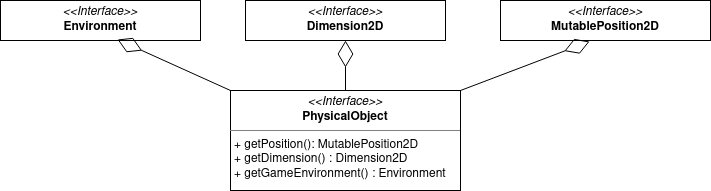
Above: Documentation/relazione/img/physicalObject.png in Pensilina14/bullet-ballet (draw.io), before the change. Source tidied: cells renumbered, new cells last; positions are measured from the earlier drawing's top-left corner, leaving out a move shared by most shapes.
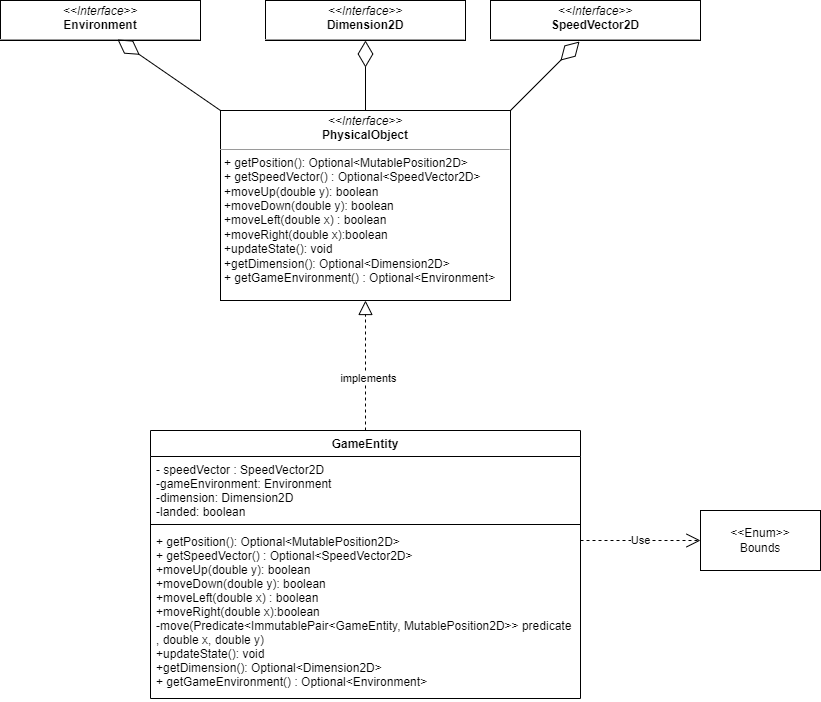
The same file after the commit.

What changed in the source:
```diff
@@ -2,17 +2,17 @@
   <root>
     <mxCell id="0" />
     <mxCell id="1" parent="0" />
-    <mxCell id="2" value="&lt;p style=&quot;margin: 0px ; margin-top: 4px ; text-align: center&quot;&gt;&lt;i&gt;&amp;lt;&amp;lt;Interface&amp;gt;&amp;gt;&lt;/i&gt;&lt;br&gt;&lt;b&gt;PhysicalObject&lt;/b&gt;&lt;/p&gt;&lt;hr size=&quot;1&quot;&gt;&lt;p style=&quot;margin: 0px ; margin-left: 4px&quot;&gt;&lt;/p&gt;&lt;p style=&quot;margin: 0px ; margin-left: 4px&quot;&gt;+ getPosition(): MutablePosition2D&lt;/p&gt;&lt;p style=&quot;margin: 0px ; margin-left: 4px&quot;&gt;+ getDimension() : Dimension2D&lt;/p&gt;&lt;p style=&quot;margin: 0px ; margin-left: 4px&quot;&gt;&lt;span&gt;+ getGameEnvironment() : Environment&lt;/span&gt;&lt;br&gt;&lt;/p&gt;" style="verticalAlign=top;align=left;overflow=fill;fontSize=12;fontFamily=Helvetica;html=1;" parent="1" vertex="1">
-      <mxGeometry x="230" y="90" width="230" height="100" as="geometry" />
+    <mxCell id="2" value="&lt;p style=&quot;margin: 0px ; margin-top: 4px ; text-align: center&quot;&gt;&lt;i&gt;&amp;lt;&amp;lt;Interface&amp;gt;&amp;gt;&lt;/i&gt;&lt;br&gt;&lt;b&gt;PhysicalObject&lt;/b&gt;&lt;/p&gt;&lt;hr size=&quot;1&quot;&gt;&lt;p style=&quot;margin: 0px ; margin-left: 4px&quot;&gt;&lt;/p&gt;&lt;p style=&quot;margin: 0px ; margin-left: 4px&quot;&gt;+ getPosition(): Optional&amp;lt;MutablePosition2D&amp;gt;&lt;/p&gt;&lt;p style=&quot;margin: 0px ; margin-left: 4px&quot;&gt;+ getSpeedVector() : Optional&amp;lt;SpeedVector2D&amp;gt;&lt;/p&gt;&lt;p style=&quot;margin: 0px ; margin-left: 4px&quot;&gt;+moveUp(double y): boolean&lt;/p&gt;&lt;p style=&quot;margin: 0px ; margin-left: 4px&quot;&gt;+moveDown(double y): boolean&lt;/p&gt;&lt;p style=&quot;margin: 0px ; margin-left: 4px&quot;&gt;+moveLeft(double x) : boolean&lt;/p&gt;&lt;p style=&quot;margin: 0px ; margin-left: 4px&quot;&gt;+moveRight(double x):boolean&lt;/p&gt;&lt;p style=&quot;margin: 0px ; margin-left: 4px&quot;&gt;+updateState(): void&lt;/p&gt;&lt;p style=&quot;margin: 0px ; margin-left: 4px&quot;&gt;+getDimension(): Optional&amp;lt;Dimension2D&amp;gt;&amp;nbsp;&lt;/p&gt;&lt;p style=&quot;margin: 0px ; margin-left: 4px&quot;&gt;&lt;span&gt;+ getGameEnvironment() : Optional&amp;lt;Environment&amp;gt;&lt;/span&gt;&lt;br&gt;&lt;/p&gt;" style="verticalAlign=top;align=left;overflow=fill;fontSize=12;fontFamily=Helvetica;html=1;" parent="1" vertex="1">
+      <mxGeometry x="200" y="-150" width="290" height="190" as="geometry" />
     </mxCell>
-    <mxCell id="3" value="&lt;p style=&quot;margin: 0px ; margin-top: 4px ; text-align: center&quot;&gt;&lt;i&gt;&amp;lt;&amp;lt;Interface&amp;gt;&amp;gt;&lt;/i&gt;&lt;br&gt;&lt;b&gt;MutablePosition2D&lt;/b&gt;&lt;/p&gt;&lt;hr size=&quot;1&quot;&gt;&lt;p style=&quot;margin: 0px ; margin-left: 4px&quot;&gt;&lt;/p&gt;" style="verticalAlign=top;align=left;overflow=fill;fontSize=12;fontFamily=Helvetica;html=1;" parent="1" vertex="1">
-      <mxGeometry x="500" width="210" height="40" as="geometry" />
+    <mxCell id="3" value="&lt;p style=&quot;margin: 0px ; margin-top: 4px ; text-align: center&quot;&gt;&lt;i&gt;&amp;lt;&amp;lt;Interface&amp;gt;&amp;gt;&lt;/i&gt;&lt;br&gt;&lt;b&gt;SpeedVector2D&lt;/b&gt;&lt;/p&gt;&lt;hr size=&quot;1&quot;&gt;&lt;p style=&quot;margin: 0px ; margin-left: 4px&quot;&gt;&lt;/p&gt;" style="verticalAlign=top;align=left;overflow=fill;fontSize=12;fontFamily=Helvetica;html=1;" parent="1" vertex="1">
+      <mxGeometry x="470" y="-260" width="210" height="40" as="geometry" />
     </mxCell>
     <mxCell id="4" value="&lt;p style=&quot;margin: 0px ; margin-top: 4px ; text-align: center&quot;&gt;&lt;i&gt;&amp;lt;&amp;lt;Interface&amp;gt;&amp;gt;&lt;/i&gt;&lt;br&gt;&lt;b&gt;Dimension2D&lt;/b&gt;&lt;/p&gt;&lt;hr size=&quot;1&quot;&gt;&lt;p style=&quot;margin: 0px ; margin-left: 4px&quot;&gt;&lt;br&gt;&lt;/p&gt;" style="verticalAlign=top;align=left;overflow=fill;fontSize=12;fontFamily=Helvetica;html=1;" parent="1" vertex="1">
-      <mxGeometry x="245" width="200" height="40" as="geometry" />
+      <mxGeometry x="245" y="-260" width="200" height="40" as="geometry" />
     </mxCell>
     <mxCell id="5" value="&lt;p style=&quot;margin: 0px ; margin-top: 4px ; text-align: center&quot;&gt;&lt;i&gt;&amp;lt;&amp;lt;Interface&amp;gt;&amp;gt;&lt;/i&gt;&lt;br&gt;&lt;b&gt;Environment&lt;/b&gt;&lt;/p&gt;&lt;hr size=&quot;1&quot;&gt;&lt;p style=&quot;margin: 0px ; margin-left: 4px&quot;&gt;&lt;br&gt;&lt;/p&gt;" style="verticalAlign=top;align=left;overflow=fill;fontSize=12;fontFamily=Helvetica;html=1;" parent="1" vertex="1">
-      <mxGeometry width="200" height="40" as="geometry" />
+      <mxGeometry x="-20" y="-260" width="200" height="40" as="geometry" />
     </mxCell>
     <mxCell id="6" style="endArrow=diamondThin;endFill=0;endSize=24;html=1;entryX=0.585;entryY=0.975;entryDx=0;entryDy=0;exitX=0;exitY=0;exitDx=0;exitDy=0;entryPerimeter=0;" parent="1" edge="1" source="2" target="5">
       <mxGeometry relative="1" as="geometry" />
@@ -23,5 +23,32 @@
     <mxCell id="8" style="endArrow=diamondThin;endFill=0;endSize=24;html=1;entryX=0.424;entryY=1.025;entryDx=0;entryDy=0;exitX=1;exitY=0;exitDx=0;exitDy=0;entryPerimeter=0;" parent="1" edge="1" source="2" target="3">
       <mxGeometry relative="1" as="geometry" />
     </mxCell>
+    <mxCell id="9" value="GameEntity" style="swimlane;fontStyle=1;align=center;verticalAlign=top;horizontal=1;startSize=26;" parent="1" vertex="1">
+      <mxGeometry x="130" y="170" width="430" height="268" as="geometry" />
+    </mxCell>
+    <mxCell id="10" value="- speedVector : SpeedVector2D&#10;-gameEnvironment: Environment&#10;-dimension: Dimension2D&#10;-landed: boolean" style="text;strokeColor=none;fillColor=none;align=left;verticalAlign=top;spacingLeft=4;spacingRight=4;overflow=hidden;" parent="9" vertex="1">
+      <mxGeometry y="26" width="430" height="64" as="geometry" />
+    </mxCell>
+    <mxCell id="11" style="line;strokeWidth=1;fillColor=none;align=left;verticalAlign=middle;spacingTop=-1;spacingLeft=3;spacingRight=3;labelPosition=right;" parent="9" vertex="1">
+      <mxGeometry y="90" width="430" height="8" as="geometry" />
+    </mxCell>
+    <mxCell id="12" value="+ getPosition(): Optional&lt;MutablePosition2D&gt;&#10;+ getSpeedVector() : Optional&lt;SpeedVector2D&gt;&#10;+moveUp(double y): boolean&#10;+moveDown(double y): boolean&#10;+moveLeft(double x) : boolean&#10;+moveRight(double x):boolean&#10;-move(Predicate&lt;ImmutablePair&lt;GameEntity, MutablePosition2D&gt;&gt; predicate&#10;, double x, double y)&#10;+updateState(): void&#10;+getDimension(): Optional&lt;Dimension2D&gt; &#10;+ getGameEnvironment() : Optional&lt;Environment&gt;" style="text;strokeColor=none;fillColor=none;align=left;verticalAlign=top;spacingLeft=4;spacingRight=4;overflow=hidden;" parent="9" vertex="1">
+      <mxGeometry y="98" width="430" height="170" as="geometry" />
+    </mxCell>
+    <mxCell id="13" style="endArrow=block;dashed=1;endFill=0;endSize=12;html=1;rounded=0;entryX=0.5;entryY=1;entryDx=0;entryDy=0;exitX=0.5;exitY=0;exitDx=0;exitDy=0;" parent="1" edge="1" source="9" target="2">
+      <mxGeometry relative="1" as="geometry" />
+    </mxCell>
+    <mxCell id="14" value="implements" style="edgeLabel;html=1;align=center;verticalAlign=middle;" parent="13" vertex="1">
+      <mxGeometry x="-0.19" y="-2" relative="1" as="geometry" />
+    </mxCell>
+    <mxCell id="15" value="Use" style="endArrow=open;endSize=12;dashed=1;html=1;rounded=0;" parent="1" edge="1">
+      <mxGeometry relative="1" as="geometry">
+        <mxPoint x="560" y="280" as="sourcePoint" />
+        <mxPoint x="680" y="280" as="targetPoint" />
+      </mxGeometry>
+    </mxCell>
+    <mxCell id="16" value="&amp;lt;&amp;lt;Enum&amp;gt;&amp;gt;&lt;br&gt;Bounds" style="rounded=0;whiteSpace=wrap;html=1;" parent="1" vertex="1">
+      <mxGeometry x="680" y="250" width="120" height="60" as="geometry" />
+    </mxCell>
   </root>
 </mxGraphModel>
```
